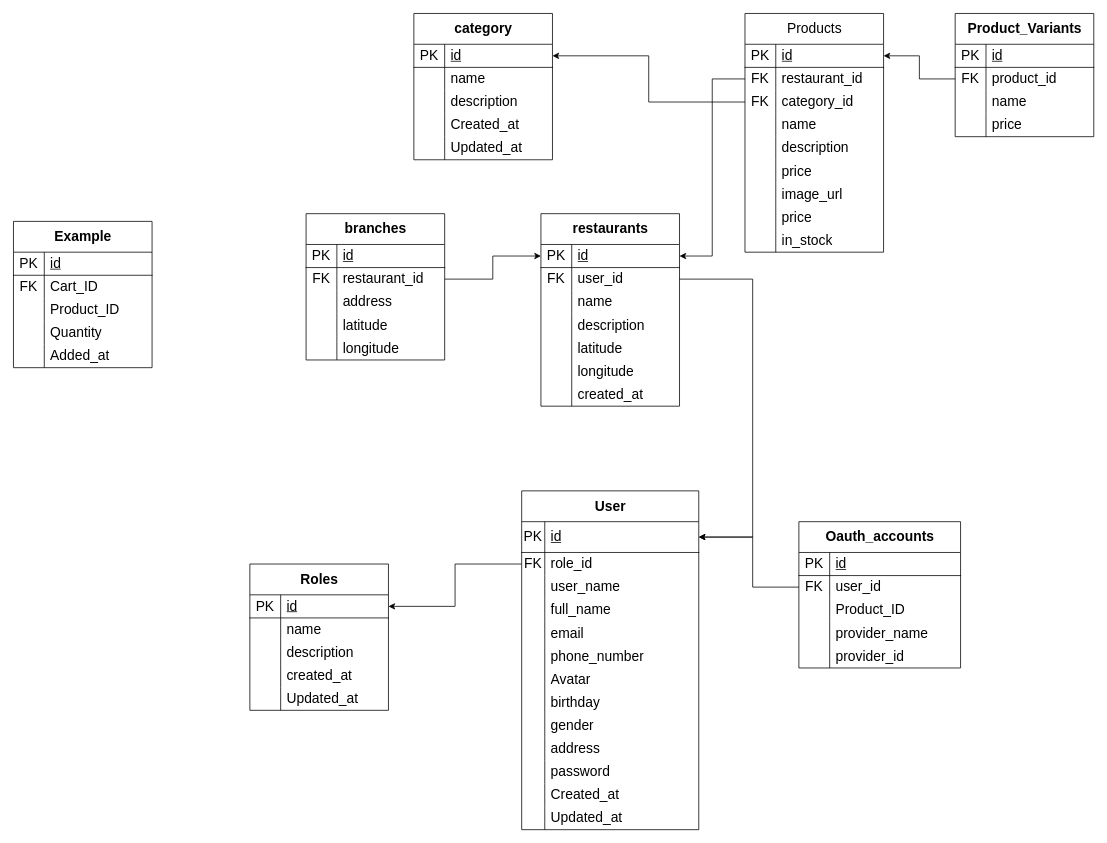
Above: DATN.drawio in ntuananhdevs/DATN-DevFoods (draw.io), before the change. Source tidied: cells renumbered, new cells numbered last; positions are measured from the earlier drawing's top-left corner, leaving out a move shared by most shapes. Both pictures are drawn from the tidied source at 77%, with x=0, y=0 at pixel (13, 13).
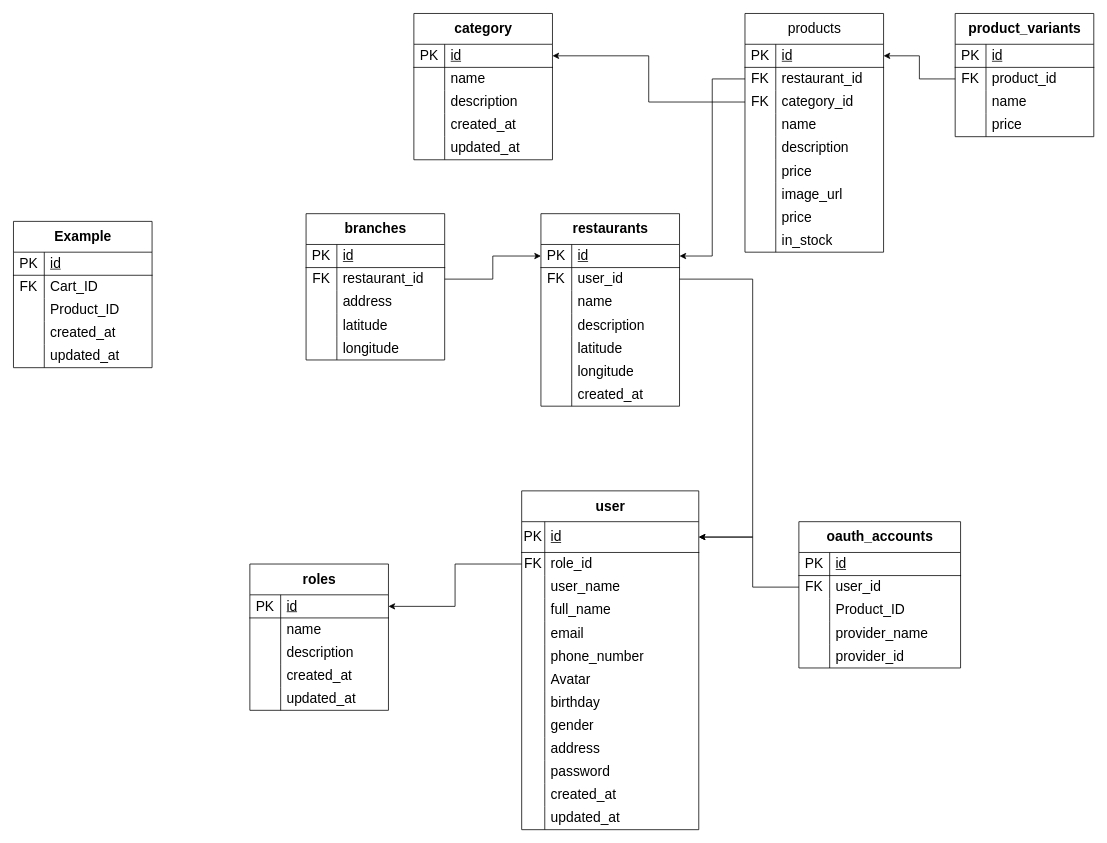
The same diagram, later.

The change refers to these unchanged cells:
```xml
<mxCell id="12" style="shape=tableRow;horizontal=0;startSize=0;swimlaneHead=0;swimlaneBody=0;fillColor=none;top=0;left=0;right=0;bottom=0;fontStyle=0;strokeWidth=1;fontSize=18;" parent="2" vertex="1">
  <mxGeometry y="130" width="180" height="30" as="geometry" />
</mxCell>
<mxCell id="15" style="shape=tableRow;horizontal=0;startSize=0;swimlaneHead=0;swimlaneBody=0;fillColor=none;top=0;left=0;right=0;bottom=0;fontStyle=0;strokeWidth=1;fontSize=18;" parent="2" vertex="1">
  <mxGeometry y="160" width="180" height="30" as="geometry" />
</mxCell>
<mxCell id="52" style="shape=tableRow;horizontal=0;startSize=0;swimlaneHead=0;swimlaneBody=0;fillColor=none;top=0;left=0;right=0;bottom=0;fontStyle=0;strokeWidth=1;fontSize=18;" parent="18" vertex="1">
  <mxGeometry y="380" width="230" height="30" as="geometry" />
</mxCell>
<mxCell id="55" style="shape=tableRow;horizontal=0;startSize=0;swimlaneHead=0;swimlaneBody=0;fillColor=none;top=0;left=0;right=0;bottom=0;fontStyle=0;strokeWidth=1;fontSize=18;" parent="18" vertex="1">
  <mxGeometry y="410" width="230" height="30" as="geometry" />
</mxCell>
<mxCell id="71" style="shape=tableRow;horizontal=0;startSize=0;swimlaneHead=0;swimlaneBody=0;fillColor=none;top=0;left=0;right=0;bottom=0;fontStyle=0;strokeWidth=1;fontSize=18;" parent="58" vertex="1">
  <mxGeometry y="160" width="180" height="30" as="geometry" />
</mxCell>
<mxCell id="142" style="shape=tableRow;horizontal=0;startSize=0;swimlaneHead=0;swimlaneBody=0;fillColor=none;top=0;left=0;right=0;bottom=0;fontStyle=0;strokeWidth=1;fontSize=18;" parent="132" vertex="1">
  <mxGeometry y="130" width="180" height="30" as="geometry" />
</mxCell>
<mxCell id="145" style="shape=tableRow;horizontal=0;startSize=0;swimlaneHead=0;swimlaneBody=0;fillColor=none;top=0;left=0;right=0;bottom=0;fontStyle=0;strokeWidth=1;fontSize=18;" parent="132" vertex="1">
  <mxGeometry y="160" width="180" height="30" as="geometry" />
</mxCell>
```

The edit, as a diff of the source:
```diff
@@
-    <mxCell id="14" value="Quantity" style="shape=partialRectangle;fillColor=none;top=0;left=0;bottom=0;right=0;align=left;spacingLeft=6;overflow=hidden;whiteSpace=wrap;html=1;fontStyle=0;strokeWidth=1;fontSize=18;" parent="12" vertex="1">
+    <mxCell id="14" value="created_at" style="shape=partialRectangle;fillColor=none;top=0;left=0;bottom=0;right=0;align=left;spacingLeft=6;overflow=hidden;whiteSpace=wrap;html=1;fontStyle=0;strokeWidth=1;fontSize=18;" parent="12" vertex="1">
       <mxGeometry x="40" width="140" height="30" as="geometry" />
     </mxCell>
@@
-    <mxCell id="17" value="Added_at" style="shape=partialRectangle;fillColor=none;top=0;left=0;bottom=0;right=0;align=left;spacingLeft=6;overflow=hidden;whiteSpace=wrap;html=1;fontStyle=0;strokeWidth=1;fontSize=18;" parent="15" vertex="1">
+    <mxCell id="17" value="updated_at" style="shape=partialRectangle;fillColor=none;top=0;left=0;bottom=0;right=0;align=left;spacingLeft=6;overflow=hidden;whiteSpace=wrap;html=1;fontStyle=0;strokeWidth=1;fontSize=18;" parent="15" vertex="1">
       <mxGeometry x="40" width="140" height="30" as="geometry" />
     </mxCell>
-    <mxCell id="18" value="&lt;b&gt;User&lt;/b&gt;" style="shape=table;startSize=40;childLayout=tableLayout;rowLines=0;fontStyle=0;align=center;html=1;strokeWidth=1;fontSize=18;" parent="1" vertex="1">
+    <mxCell id="18" value="&lt;b&gt;user&lt;/b&gt;" style="shape=table;startSize=40;childLayout=tableLayout;rowLines=0;fontStyle=0;align=center;html=1;strokeWidth=1;fontSize=18;" parent="1" vertex="1">
       <mxGeometry x="660" y="620" width="230" height="440" as="geometry" />
     </mxCell>
@@
-    <mxCell id="54" value="Created_at" style="shape=partialRectangle;fillColor=none;top=0;left=0;bottom=0;right=0;align=left;spacingLeft=6;overflow=hidden;whiteSpace=wrap;html=1;fontStyle=0;strokeWidth=1;fontSize=18;" parent="52" vertex="1">
+    <mxCell id="54" value="created_at" style="shape=partialRectangle;fillColor=none;top=0;left=0;bottom=0;right=0;align=left;spacingLeft=6;overflow=hidden;whiteSpace=wrap;html=1;fontStyle=0;strokeWidth=1;fontSize=18;" parent="52" vertex="1">
       <mxGeometry x="30" width="200" height="30" as="geometry" />
     </mxCell>
@@
-    <mxCell id="57" value="Updated_at" style="shape=partialRectangle;fillColor=none;top=0;left=0;bottom=0;right=0;align=left;spacingLeft=6;overflow=hidden;whiteSpace=wrap;html=1;fontStyle=0;strokeWidth=1;fontSize=18;" parent="55" vertex="1">
+    <mxCell id="57" value="updated_at" style="shape=partialRectangle;fillColor=none;top=0;left=0;bottom=0;right=0;align=left;spacingLeft=6;overflow=hidden;whiteSpace=wrap;html=1;fontStyle=0;strokeWidth=1;fontSize=18;" parent="55" vertex="1">
       <mxGeometry x="30" width="200" height="30" as="geometry" />
     </mxCell>
-    <mxCell id="58" value="&lt;b&gt;Roles&lt;/b&gt;" style="shape=table;startSize=40;childLayout=tableLayout;rowLines=0;fontStyle=0;align=center;html=1;strokeWidth=1;fontSize=18;" parent="1" vertex="1">
+    <mxCell id="58" value="&lt;b&gt;roles&lt;/b&gt;" style="shape=table;startSize=40;childLayout=tableLayout;rowLines=0;fontStyle=0;align=center;html=1;strokeWidth=1;fontSize=18;" parent="1" vertex="1">
       <mxGeometry x="307" y="715" width="180" height="190" as="geometry" />
     </mxCell>
@@
-    <mxCell id="73" value="Updated_at" style="shape=partialRectangle;fillColor=none;top=0;left=0;bottom=0;right=0;align=left;spacingLeft=6;overflow=hidden;whiteSpace=wrap;html=1;fontStyle=0;strokeWidth=1;fontSize=18;" parent="71" vertex="1">
+    <mxCell id="73" value="updated_at" style="shape=partialRectangle;fillColor=none;top=0;left=0;bottom=0;right=0;align=left;spacingLeft=6;overflow=hidden;whiteSpace=wrap;html=1;fontStyle=0;strokeWidth=1;fontSize=18;" parent="71" vertex="1">
       <mxGeometry x="40" width="140" height="30" as="geometry" />
     </mxCell>
@@
-    <mxCell id="75" value="&lt;b&gt;Oauth_accounts&lt;/b&gt;" style="shape=table;startSize=40;childLayout=tableLayout;rowLines=0;fontStyle=0;align=center;html=1;strokeWidth=1;fontSize=18;" parent="1" vertex="1">
+    <mxCell id="75" value="&lt;b&gt;oauth_accounts&lt;/b&gt;" style="shape=table;startSize=40;childLayout=tableLayout;rowLines=0;fontStyle=0;align=center;html=1;strokeWidth=1;fontSize=18;" parent="1" vertex="1">
       <mxGeometry x="1020" y="660" width="210" height="190" as="geometry" />
     </mxCell>
@@
-    <mxCell id="144" value="Created_at" style="shape=partialRectangle;fillColor=none;top=0;left=0;bottom=0;right=0;align=left;spacingLeft=6;overflow=hidden;whiteSpace=wrap;html=1;fontStyle=0;strokeWidth=1;fontSize=18;" parent="142" vertex="1">
+    <mxCell id="144" value="created_at" style="shape=partialRectangle;fillColor=none;top=0;left=0;bottom=0;right=0;align=left;spacingLeft=6;overflow=hidden;whiteSpace=wrap;html=1;fontStyle=0;strokeWidth=1;fontSize=18;" parent="142" vertex="1">
       <mxGeometry x="40" width="140" height="30" as="geometry" />
     </mxCell>
@@
-    <mxCell id="147" value="Updated_at" style="shape=partialRectangle;fillColor=none;top=0;left=0;bottom=0;right=0;align=left;spacingLeft=6;overflow=hidden;whiteSpace=wrap;html=1;fontStyle=0;strokeWidth=1;fontSize=18;" parent="145" vertex="1">
+    <mxCell id="147" value="updated_at" style="shape=partialRectangle;fillColor=none;top=0;left=0;bottom=0;right=0;align=left;spacingLeft=6;overflow=hidden;whiteSpace=wrap;html=1;fontStyle=0;strokeWidth=1;fontSize=18;" parent="145" vertex="1">
       <mxGeometry x="40" width="140" height="30" as="geometry" />
     </mxCell>
-    <mxCell id="148" value="Products" style="shape=table;startSize=40;childLayout=tableLayout;rowLines=0;fontStyle=0;align=center;html=1;strokeWidth=1;fontSize=18;" parent="1" vertex="1">
+    <mxCell id="148" value="products" style="shape=table;startSize=40;childLayout=tableLayout;rowLines=0;fontStyle=0;align=center;html=1;strokeWidth=1;fontSize=18;" parent="1" vertex="1">
       <mxGeometry x="950" width="180" height="310" as="geometry" />
     </mxCell>
@@
-    <mxCell id="178" value="&lt;b&gt;Product_Variants&lt;/b&gt;" style="shape=table;startSize=40;childLayout=tableLayout;rowLines=0;fontStyle=0;align=center;html=1;strokeWidth=1;fontSize=18;" parent="1" vertex="1">
+    <mxCell id="178" value="&lt;b&gt;product_variants&lt;/b&gt;" style="shape=table;startSize=40;childLayout=tableLayout;rowLines=0;fontStyle=0;align=center;html=1;strokeWidth=1;fontSize=18;" parent="1" vertex="1">
       <mxGeometry x="1223" width="180" height="160" as="geometry" />
     </mxCell>
```
